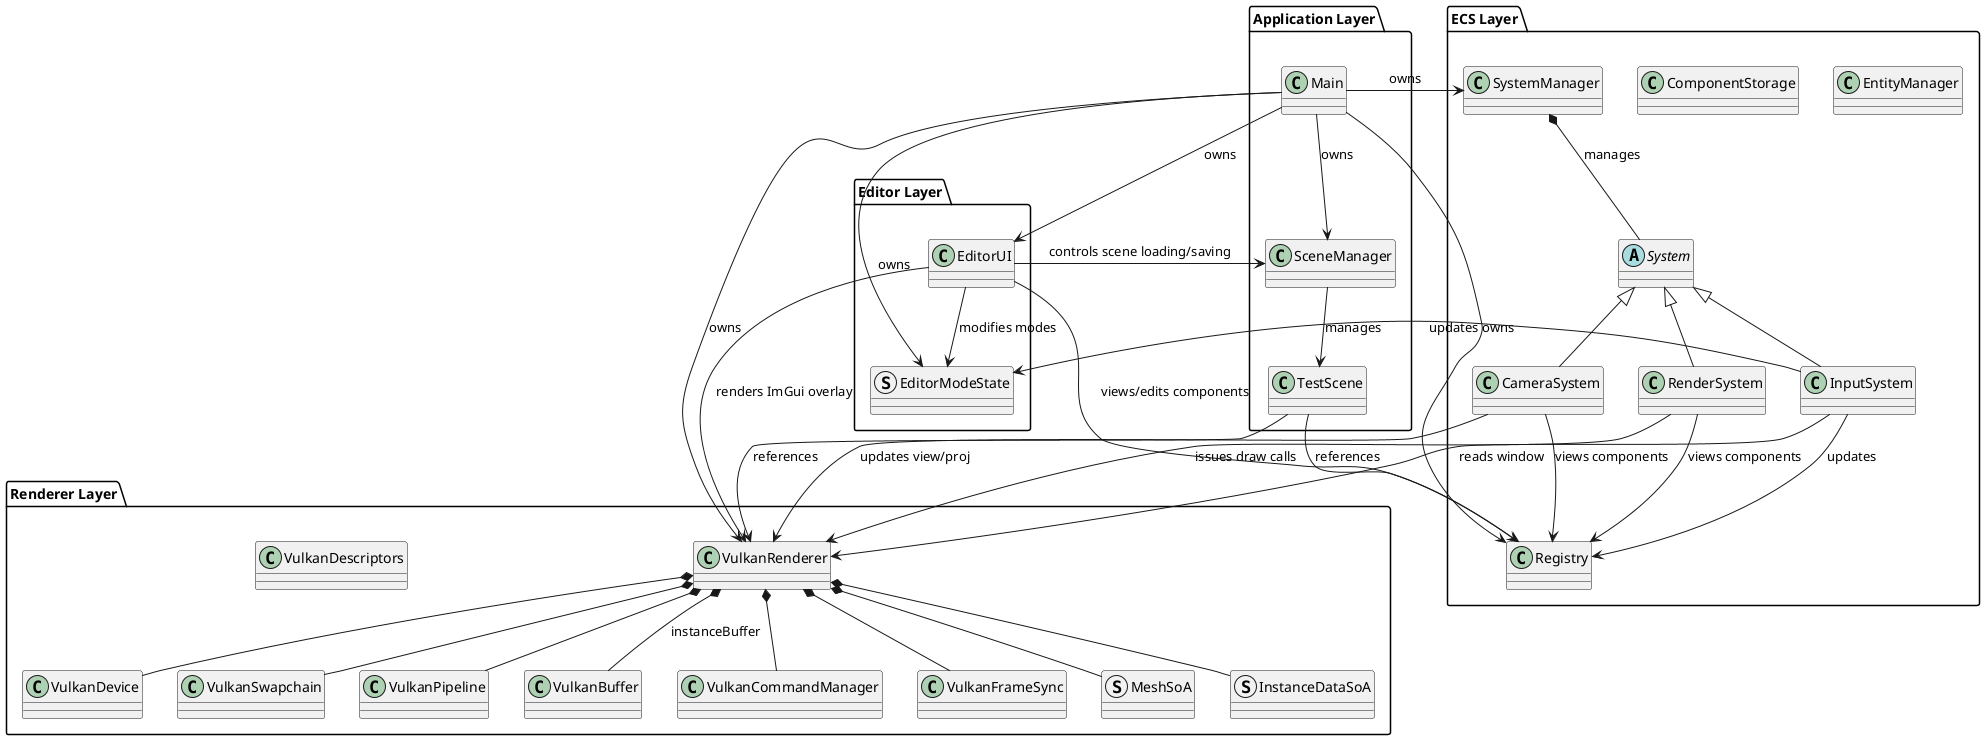
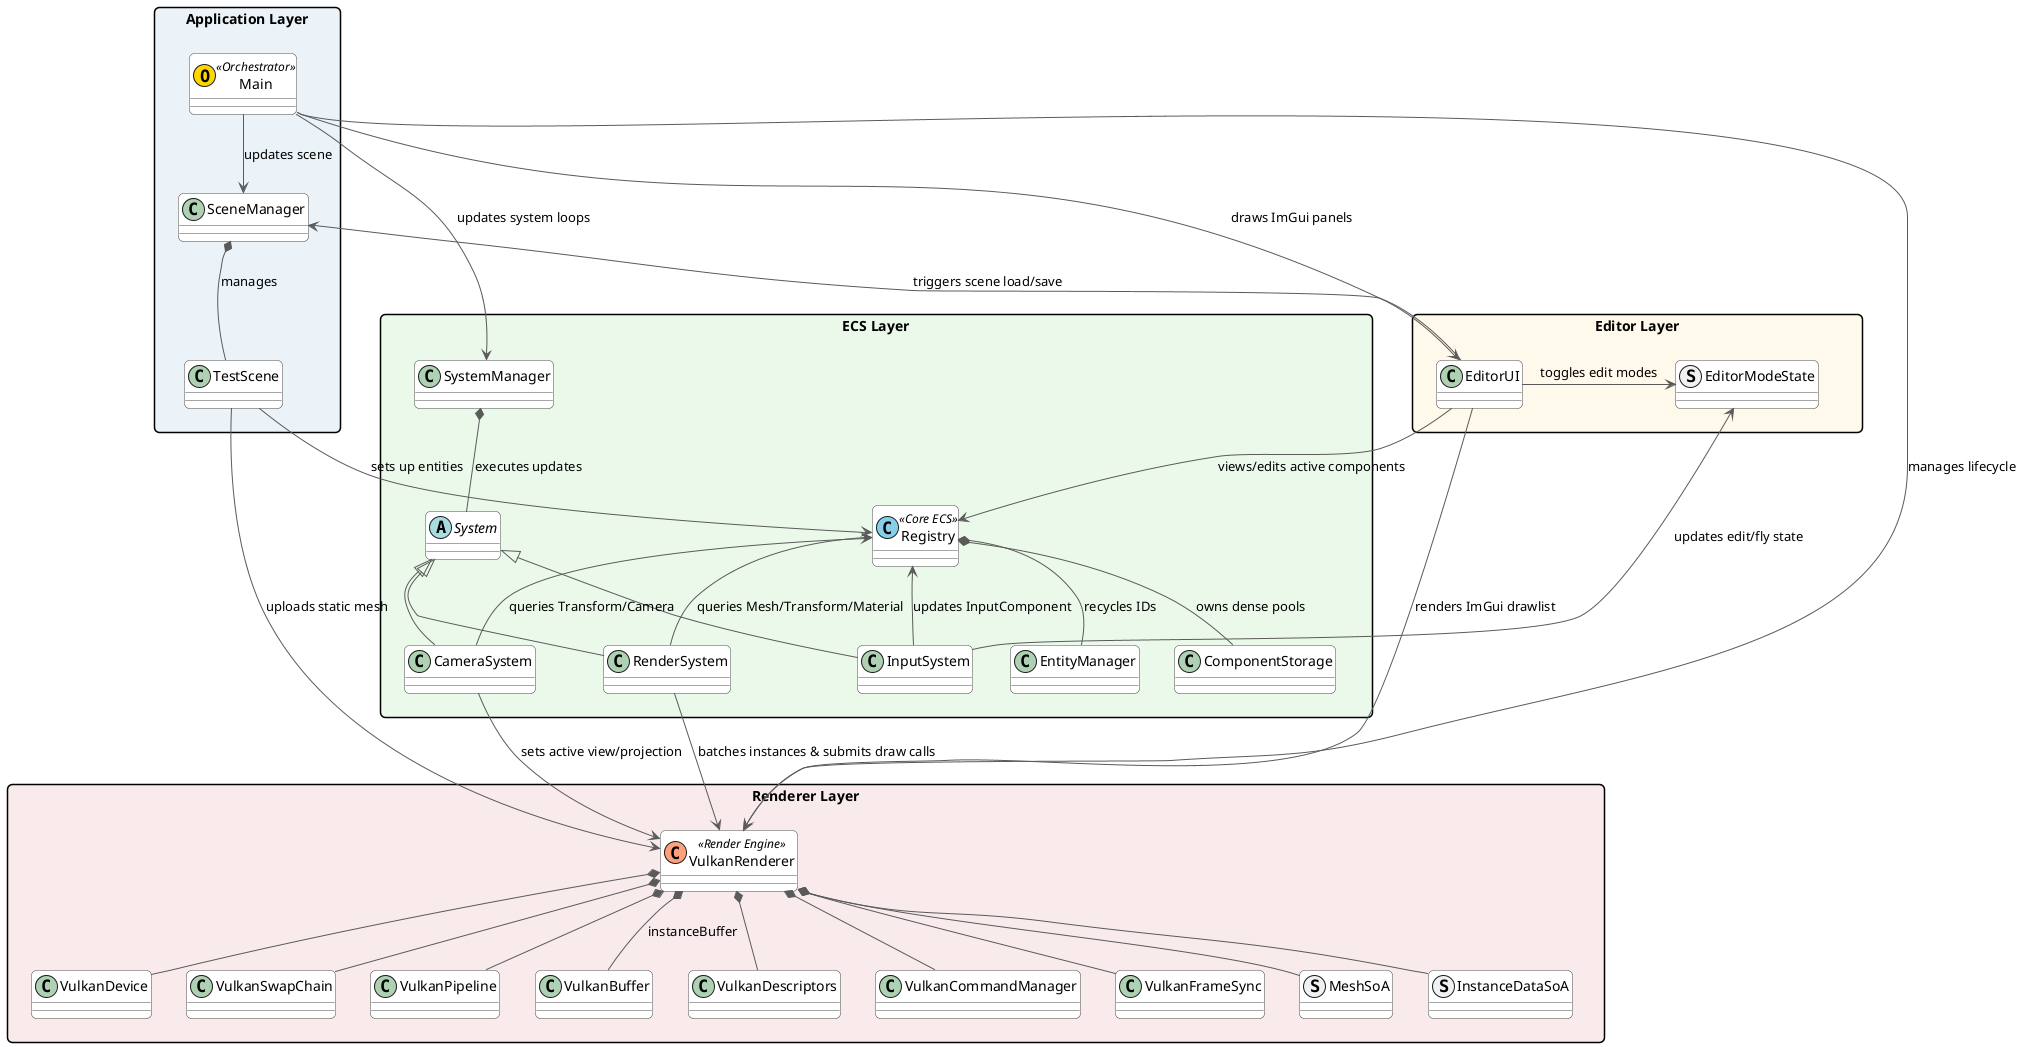
@startuml Architecture
- package "Application Layer" {
-     class Main
+ skinparam monochrome false
+ skinparam shadowing false
+ skinparam packageStyle rectangle
+ skinparam roundCorner 10
+ 
+ ' Style configuration
+ skinparam class {
+     BackgroundColor White
+     BorderColor #4A4A4A
+     ArrowColor #5A5A5A
+     AttributeIconSize 0
+ }
+ 
+ package "Application Layer" #EBF3F9 {
+     class Main << (O, #FFD700) Orchestrator >>
    class SceneManager
    class TestScene
}

- package "ECS Layer" {
-     class Registry
+ package "Editor Layer" #FFF9EB {
+     class EditorUI
+     struct EditorModeState
+ }
+ 
+ package "ECS Layer" #EBF9EB {
+     class Registry << (C, #87CEEB) Core ECS >>
    class EntityManager
    class ComponentStorage
    class SystemManager
+ 
    abstract class System
    class InputSystem
    class CameraSystem
    class RenderSystem
}

- package "Editor Layer" {
-     class EditorUI
-     struct EditorModeState
- }
- 
- package "Renderer Layer" {
-     class VulkanRenderer
+ package "Renderer Layer" #F9EBEB {
+     class VulkanRenderer << (C, #FFA07A) Render Engine >>
    class VulkanDevice
-     class VulkanSwapchain
+     class VulkanSwapChain
    class VulkanPipeline
    class VulkanBuffer
    class VulkanDescriptors
    class VulkanCommandManager
    class VulkanFrameSync
    struct MeshSoA
    struct InstanceDataSoA
}

- ' Relationships
- Main --> VulkanRenderer : owns
- Main --> Registry : owns
- Main --> SystemManager : owns
- Main --> SceneManager : owns
- Main --> EditorUI : owns
- Main --> EditorModeState : owns
+ ' Hidden layout alignment links to structure the diagram tiers vertically
+ "Application Layer" -[hidden]down-> "Editor Layer"
+ "Editor Layer" -[hidden]right-> "ECS Layer"
+ "Editor Layer" -[hidden]down-> "Renderer Layer"
+ "ECS Layer" -[hidden]down-> "Renderer Layer"

- SceneManager --> TestScene : manages
- TestScene --> Registry : references
- TestScene --> VulkanRenderer : references
+ ' Control Flow
+ Main -down-> SceneManager : updates scene
+ Main -down-> SystemManager : updates system loops
+ Main -down-> EditorUI : draws ImGui panels
+ Main -down-> VulkanRenderer : manages lifecycle

- SystemManager *-- System : manages
+ ' Internal Application Relationships
+ SceneManager *-- TestScene : manages
+ TestScene -down-> Registry : sets up entities
+ TestScene -down-> VulkanRenderer : uploads static mesh
+ 
+ ' Internal ECS Relationships
+ Registry *-- EntityManager : recycles IDs
+ Registry *-- ComponentStorage : owns dense pools
+ SystemManager *-- System : executes updates
System <|-- InputSystem
System <|-- CameraSystem
System <|-- RenderSystem

- InputSystem --> Registry : updates
- InputSystem --> VulkanRenderer : reads window
- InputSystem --> EditorModeState : updates
- 
- CameraSystem --> Registry : views components
- CameraSystem --> VulkanRenderer : updates view/proj
- 
- RenderSystem --> Registry : views components
- RenderSystem --> VulkanRenderer : issues draw calls
- 
- EditorUI --> Registry : views/edits components
- EditorUI --> VulkanRenderer : renders ImGui overlay
- EditorUI --> SceneManager : controls scene loading/saving
- EditorUI --> EditorModeState : modifies modes
- 
+ ' Internal Renderer Relationships
VulkanRenderer *-- VulkanDevice
- VulkanRenderer *-- VulkanSwapchain
+ VulkanRenderer *-- VulkanSwapChain
VulkanRenderer *-- VulkanPipeline
+ VulkanRenderer *-- VulkanBuffer : instanceBuffer
+ VulkanRenderer *-- VulkanDescriptors
VulkanRenderer *-- VulkanCommandManager
VulkanRenderer *-- VulkanFrameSync
VulkanRenderer *-- MeshSoA
VulkanRenderer *-- InstanceDataSoA
- VulkanRenderer *-- VulkanBuffer : instanceBuffer
+ 
+ ' Inter-Package Dependencies (Aligned for minimal crossings)
+ InputSystem -left-> EditorModeState : updates edit/fly state
+ InputSystem -up-> Registry : updates InputComponent
+ 
+ CameraSystem -up-> Registry : queries Transform/Camera
+ CameraSystem -down-> VulkanRenderer : sets active view/projection
+ 
+ RenderSystem -up-> Registry : queries Mesh/Transform/Material
+ RenderSystem -down-> VulkanRenderer : batches instances & submits draw calls
+ 
+ EditorUI -right-> Registry : views/edits active components
+ EditorUI -left-> EditorModeState : toggles edit modes
+ EditorUI -down-> VulkanRenderer : renders ImGui drawlist
+ EditorUI -up-> SceneManager : triggers scene load/save
@enduml
